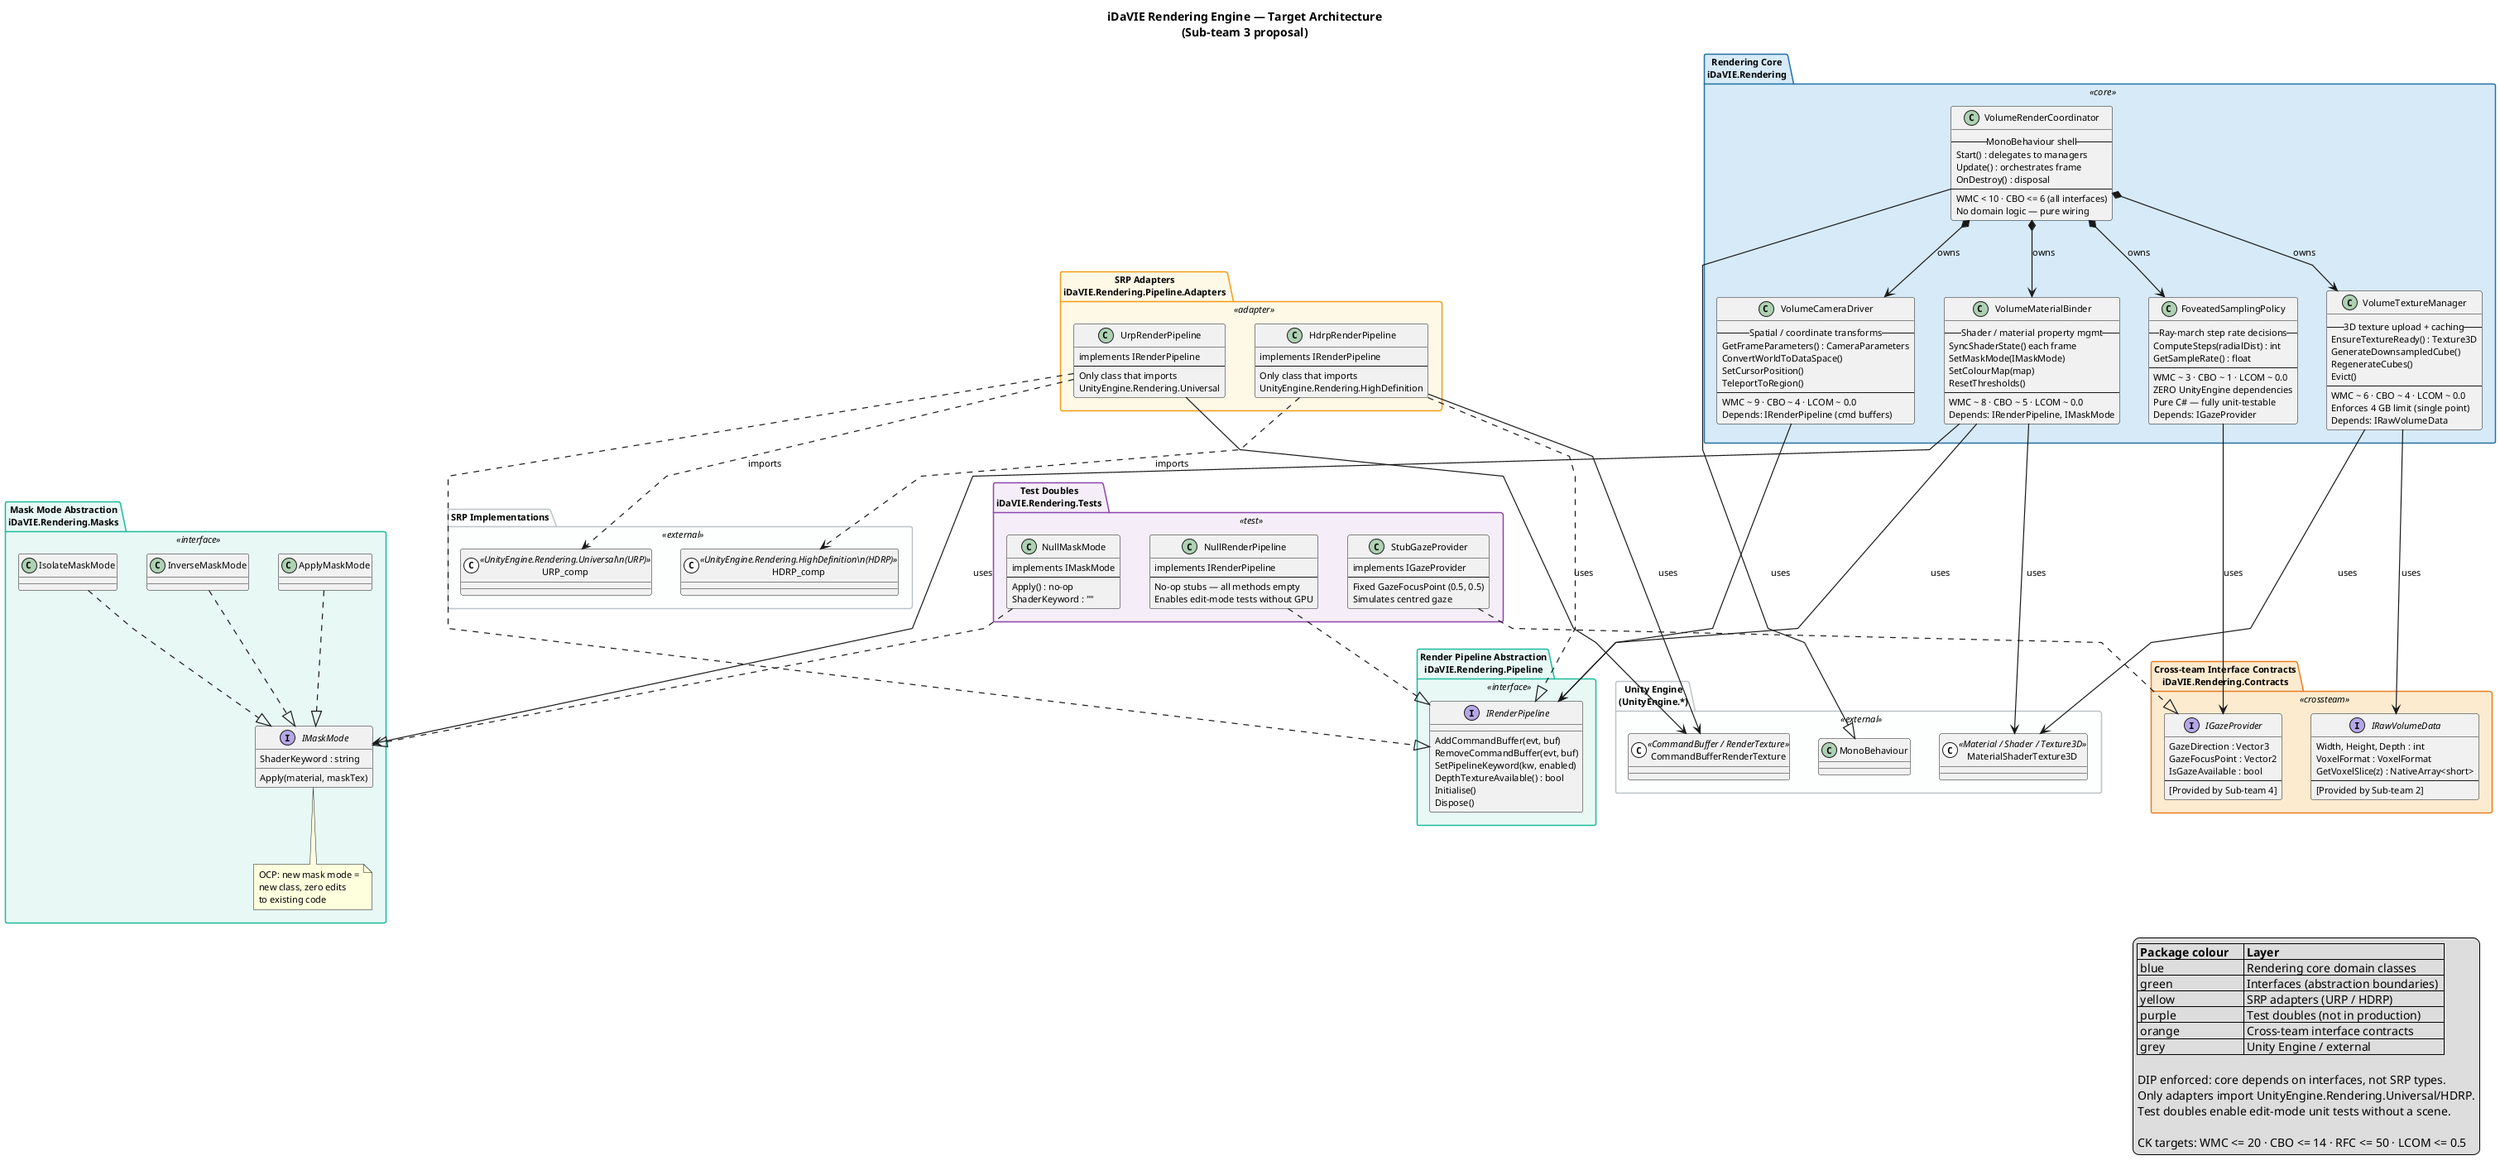
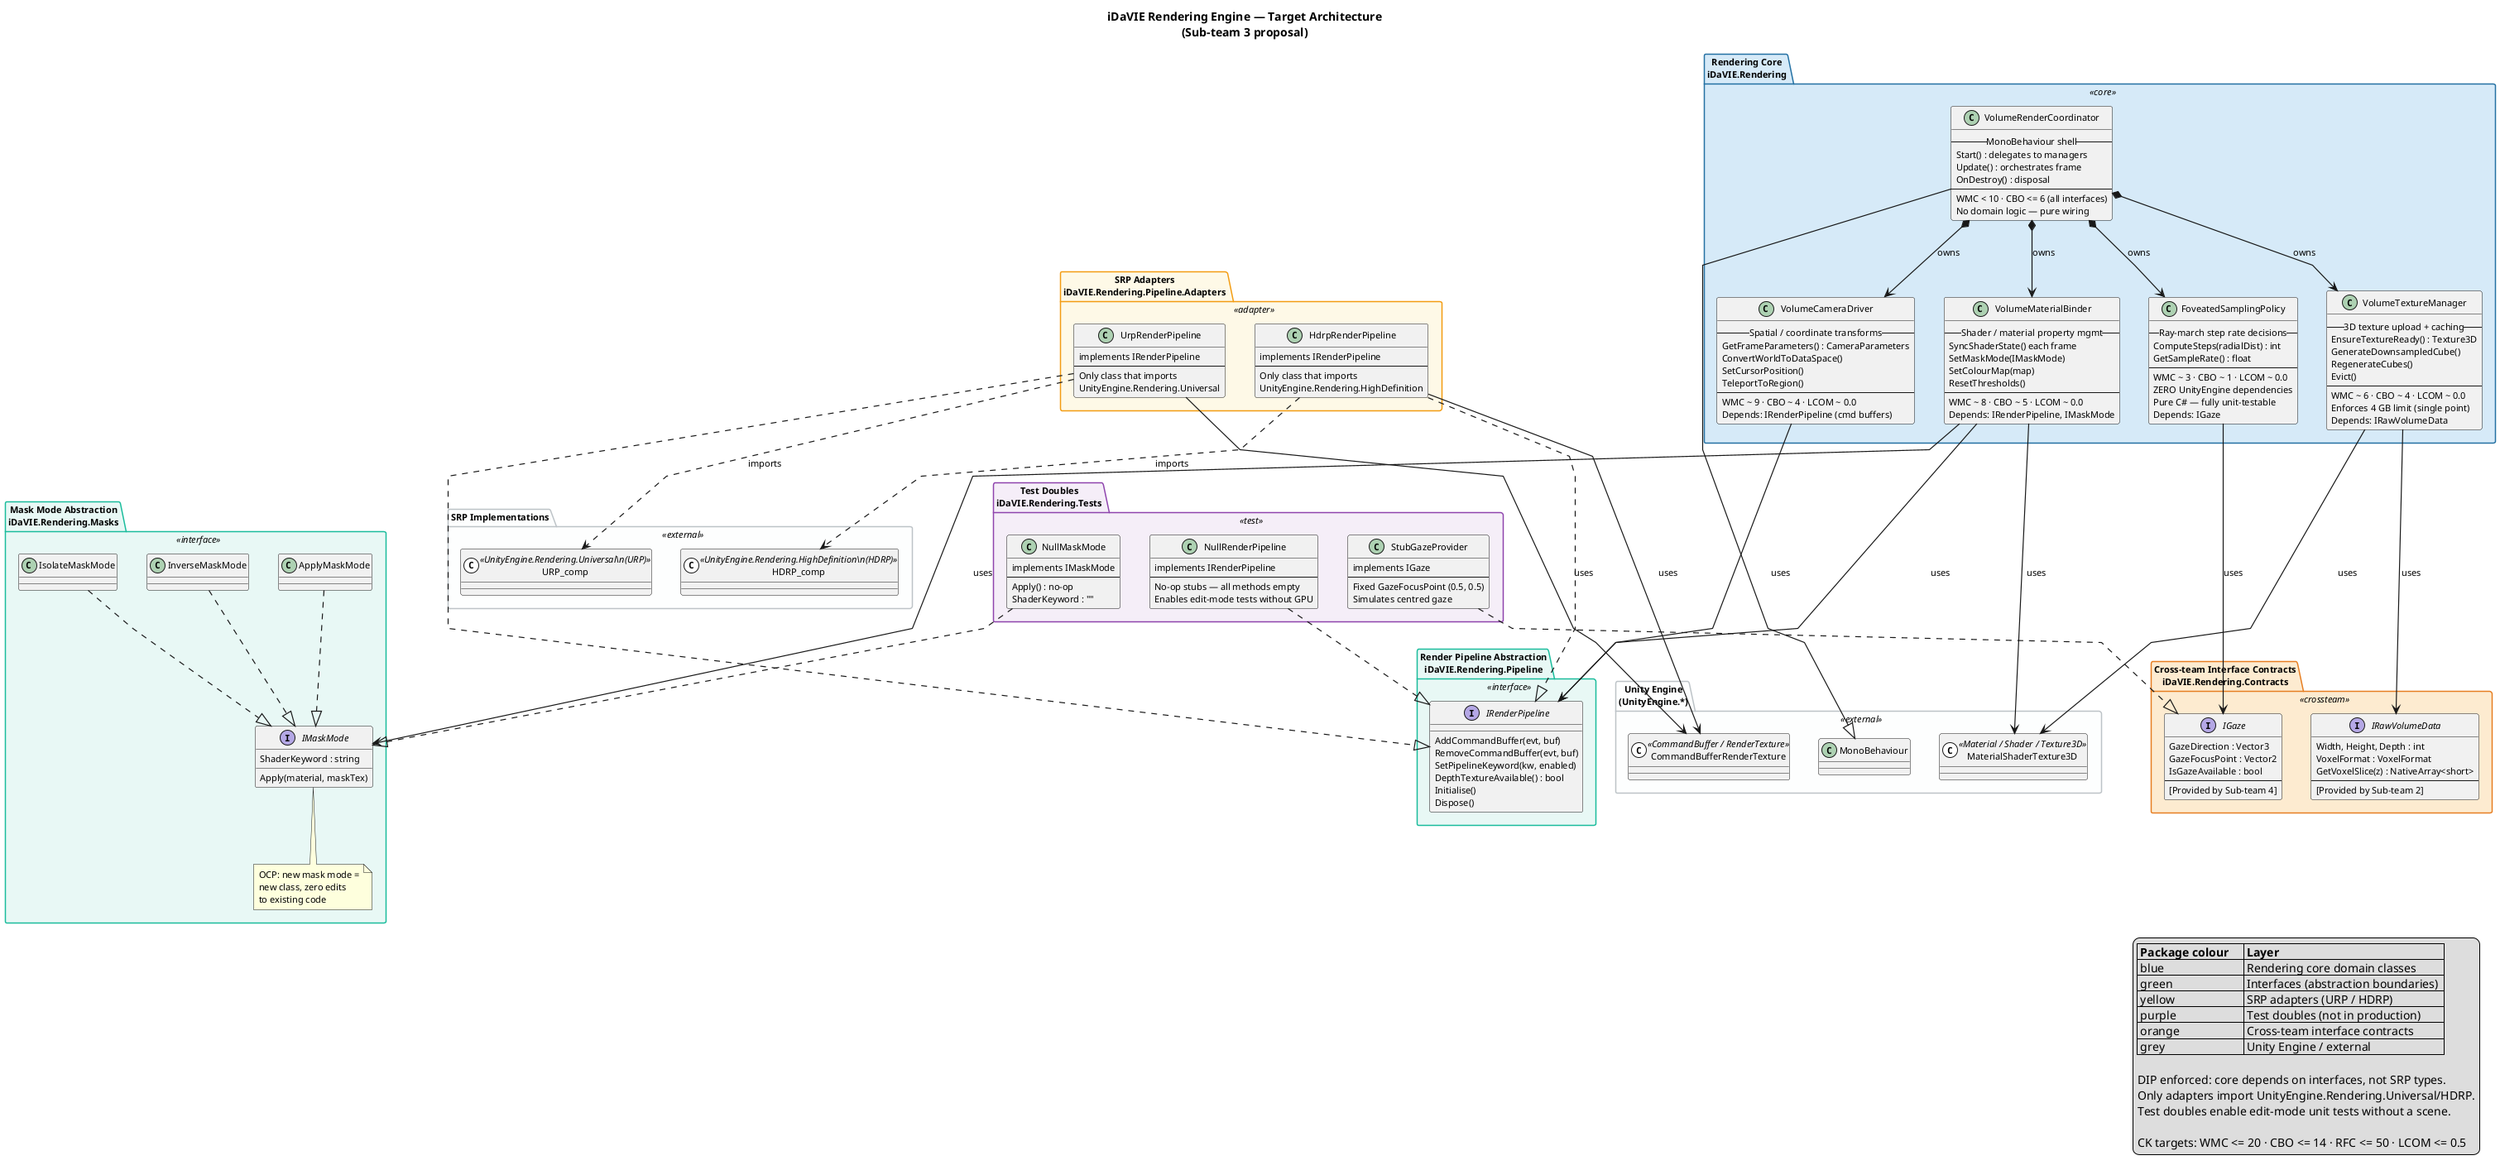
@startuml architecture
'
' iDaVIE Sub-team 3 — Rendering Engine
' High-level component / package diagram — PROPOSED target architecture
' Team Alpha | Cache Me If You Can | Sprint 2 | 2026-05-25
'

title iDaVIE Rendering Engine — Target Architecture\n(Sub-team 3 proposal)

skinparam linetype polyline
skinparam defaultFontSize 11
skinparam shadowing false
skinparam packageBorderThickness 1.5
skinparam arrowThickness 1.2

skinparam package {
  BackgroundColor<<core>>      #D6EAF8
  BorderColor<<core>>          #2471A3
  BackgroundColor<<interface>> #E8F8F5
  BorderColor<<interface>>     #1ABC9C
  BackgroundColor<<adapter>>   #FEF9E7
  BorderColor<<adapter>>       #F39C12
  BackgroundColor<<test>>      #F5EEF8
  BorderColor<<test>>          #8E44AD
  BackgroundColor<<external>>  #FDFEFE
  BorderColor<<external>>      #BDC3C7
  BackgroundColor<<crossteam>> #FDEBD0
  BorderColor<<crossteam>>     #E67E22
}

' ══════════════════════════════════════════════════════
'  LAYER 0 — Unity runtime / external
' ══════════════════════════════════════════════════════
package "Unity Engine\n(UnityEngine.*)" <<external>> as UE {
  class MonoBehaviour {}
  class MaterialShaderTexture3D <<(C,white) Material / Shader / Texture3D>> {}
  class CommandBufferRenderTexture <<(C,white) CommandBuffer / RenderTexture>> {}
}

package "SRP Implementations" <<external>> as SRP {
  class URP_comp <<(C,white) UnityEngine.Rendering.Universal\n(URP)>> {}
  class HDRP_comp <<(C,white) UnityEngine.Rendering.HighDefinition\n(HDRP)>> {}
}

' ══════════════════════════════════════════════════════
'  LAYER 1 — Render-pipeline abstraction (our interface)
' ══════════════════════════════════════════════════════
package "Render Pipeline Abstraction\niDaVIE.Rendering.Pipeline" <<interface>> as PipelineAbstraction {
  interface IRenderPipeline {
    AddCommandBuffer(evt, buf)
    RemoveCommandBuffer(evt, buf)
    SetPipelineKeyword(kw, enabled)
    DepthTextureAvailable() : bool
    Initialise()
    Dispose()
  }
}

package "SRP Adapters\niDaVIE.Rendering.Pipeline.Adapters" <<adapter>> as Adapters {
  class UrpRenderPipeline {
    implements IRenderPipeline
    --
    Only class that imports\nUnityEngine.Rendering.Universal
  }
  class HdrpRenderPipeline {
    implements IRenderPipeline
    --
    Only class that imports\nUnityEngine.Rendering.HighDefinition
  }
}

' ══════════════════════════════════════════════════════
'  LAYER 2 — Mask mode abstraction (our interface)
' ══════════════════════════════════════════════════════
package "Mask Mode Abstraction\niDaVIE.Rendering.Masks" <<interface>> as MaskAbstraction {
  interface IMaskMode {
    Apply(material, maskTex)
    ShaderKeyword : string
  }
  class ApplyMaskMode {}
  class InverseMaskMode {}
  class IsolateMaskMode {}
  note bottom of IMaskMode
    OCP: new mask mode =
    new class, zero edits
    to existing code
  end note
}

' ══════════════════════════════════════════════════════
'  LAYER 3 — Cross-team interface contracts (stubs)
' ══════════════════════════════════════════════════════
package "Cross-team Interface Contracts\niDaVIE.Rendering.Contracts" <<crossteam>> as Contracts {
-   interface IGazeProvider {
+   interface IGaze {
    GazeDirection : Vector3
    GazeFocusPoint : Vector2
    IsGazeAvailable : bool
    --
    [Provided by Sub-team 4]
  }
  interface IRawVolumeData {
    Width, Height, Depth : int
    VoxelFormat : VoxelFormat
    GetVoxelSlice(z) : NativeArray<short>
    --
    [Provided by Sub-team 2]
  }
}

' ══════════════════════════════════════════════════════
'  LAYER 4 — Core rendering domain classes (our work)
' ══════════════════════════════════════════════════════
package "Rendering Core\niDaVIE.Rendering" <<core>> as RenderingCore {

  class VolumeRenderCoordinator {
    -- MonoBehaviour shell --
    Start() : delegates to managers
    Update() : orchestrates frame
    OnDestroy() : disposal
    --
    WMC ~< 10 · CBO <= 6 (all interfaces)
    No domain logic — pure wiring
  }

  class VolumeMaterialBinder {
    -- Shader / material property mgmt --
    SyncShaderState() each frame
    SetMaskMode(IMaskMode)
    SetColourMap(map)
    ResetThresholds()
    --
    WMC ~ 8 · CBO ~ 5 · LCOM ~ 0.0
    Depends: IRenderPipeline, IMaskMode
  }

  class VolumeTextureManager {
    -- 3D texture upload + caching --
    EnsureTextureReady() : Texture3D
    GenerateDownsampledCube()
    RegenerateCubes()
    Evict()
    --
    WMC ~ 6 · CBO ~ 4 · LCOM ~ 0.0
    Enforces 4 GB limit (single point)
    Depends: IRawVolumeData
  }

  class VolumeCameraDriver {
    -- Spatial / coordinate transforms --
    GetFrameParameters() : CameraParameters
    ConvertWorldToDataSpace()
    SetCursorPosition()
    TeleportToRegion()
    --
    WMC ~ 9 · CBO ~ 4 · LCOM ~ 0.0
    Depends: IRenderPipeline (cmd buffers)
  }

  class FoveatedSamplingPolicy {
    -- Ray-march step rate decisions --
    ComputeSteps(radialDist) : int
    GetSampleRate() : float
    --
    WMC ~ 3 · CBO ~ 1 · LCOM ~ 0.0
    ZERO UnityEngine dependencies
    Pure C# — fully unit-testable
-     Depends: IGazeProvider
+     Depends: IGaze
  }

}

' ══════════════════════════════════════════════════════
'  LAYER 5 — Test doubles (not shipped in production)
' ══════════════════════════════════════════════════════
package "Test Doubles\niDaVIE.Rendering.Tests" <<test>> as TestDoubles {
  class NullRenderPipeline {
    implements IRenderPipeline
    --
    No-op stubs — all methods empty
    Enables edit-mode tests without GPU
  }
  class NullMaskMode {
    implements IMaskMode
    --
    Apply() : no-op
    ShaderKeyword : ""
  }
  class StubGazeProvider {
-     implements IGazeProvider
+     implements IGaze
    --
    Fixed GazeFocusPoint (0.5, 0.5)
    Simulates centred gaze
  }
}

' ══════════════════════════════════════════════════════
'  RELATIONSHIPS
' ══════════════════════════════════════════════════════

' Adapters implement IRenderPipeline
UrpRenderPipeline  ..|> IRenderPipeline
HdrpRenderPipeline ..|> IRenderPipeline

' Adapters import SRP namespaces (only adapters cross this boundary)
UrpRenderPipeline  ..> URP_comp  : imports
HdrpRenderPipeline ..> HDRP_comp : imports

' Test doubles implement interfaces
NullRenderPipeline ..|> IRenderPipeline
NullMaskMode       ..|> IMaskMode
- StubGazeProvider   ..|> IGazeProvider
+ StubGazeProvider   ..|> IGaze

' Mask mode concrete classes
ApplyMaskMode   ..|> IMaskMode
InverseMaskMode ..|> IMaskMode
IsolateMaskMode ..|> IMaskMode

' Core coordinator owns four classes (composition)
VolumeRenderCoordinator *--> VolumeMaterialBinder   : owns
VolumeRenderCoordinator *--> VolumeTextureManager   : owns
VolumeRenderCoordinator *--> VolumeCameraDriver     : owns
VolumeRenderCoordinator *--> FoveatedSamplingPolicy : owns

' Core classes depend on interfaces only (DIP)
VolumeMaterialBinder  ---> IRenderPipeline  : uses
VolumeMaterialBinder  ---> IMaskMode        : uses
VolumeCameraDriver    ---> IRenderPipeline  : uses
- FoveatedSamplingPolicy --> IGazeProvider    : uses
+ FoveatedSamplingPolicy --> IGaze    : uses
VolumeTextureManager  ---> IRawVolumeData   : uses

' Coordinator inherits MonoBehaviour (class, not component)
VolumeRenderCoordinator --|> MonoBehaviour

' Core classes use Unity material/texture (but NOT SRP directly)
VolumeMaterialBinder ---> MaterialShaderTexture3D : uses
VolumeTextureManager ---> MaterialShaderTexture3D : uses

' CommandBuffer / RenderTexture used by pipeline adapters via IRenderPipeline
UrpRenderPipeline  ---> CommandBufferRenderTexture : uses
HdrpRenderPipeline ---> CommandBufferRenderTexture : uses

' ══════════════════════════════════════════════════════
'  LEGEND
' ══════════════════════════════════════════════════════
legend right
  |= Package colour     |= Layer                               |
  | blue                | Rendering core domain classes        |
  | green               | Interfaces (abstraction boundaries)  |
  | yellow              | SRP adapters (URP / HDRP)            |
  | purple              | Test doubles (not in production)     |
  | orange              | Cross-team interface contracts       |
  | grey                | Unity Engine / external              |

  DIP enforced: core depends on interfaces, not SRP types.
  Only adapters import UnityEngine.Rendering.Universal/HDRP.
  Test doubles enable edit-mode unit tests without a scene.

  CK targets: WMC <= 20 · CBO <= 14 · RFC <= 50 · LCOM <= 0.5
endlegend

@enduml
